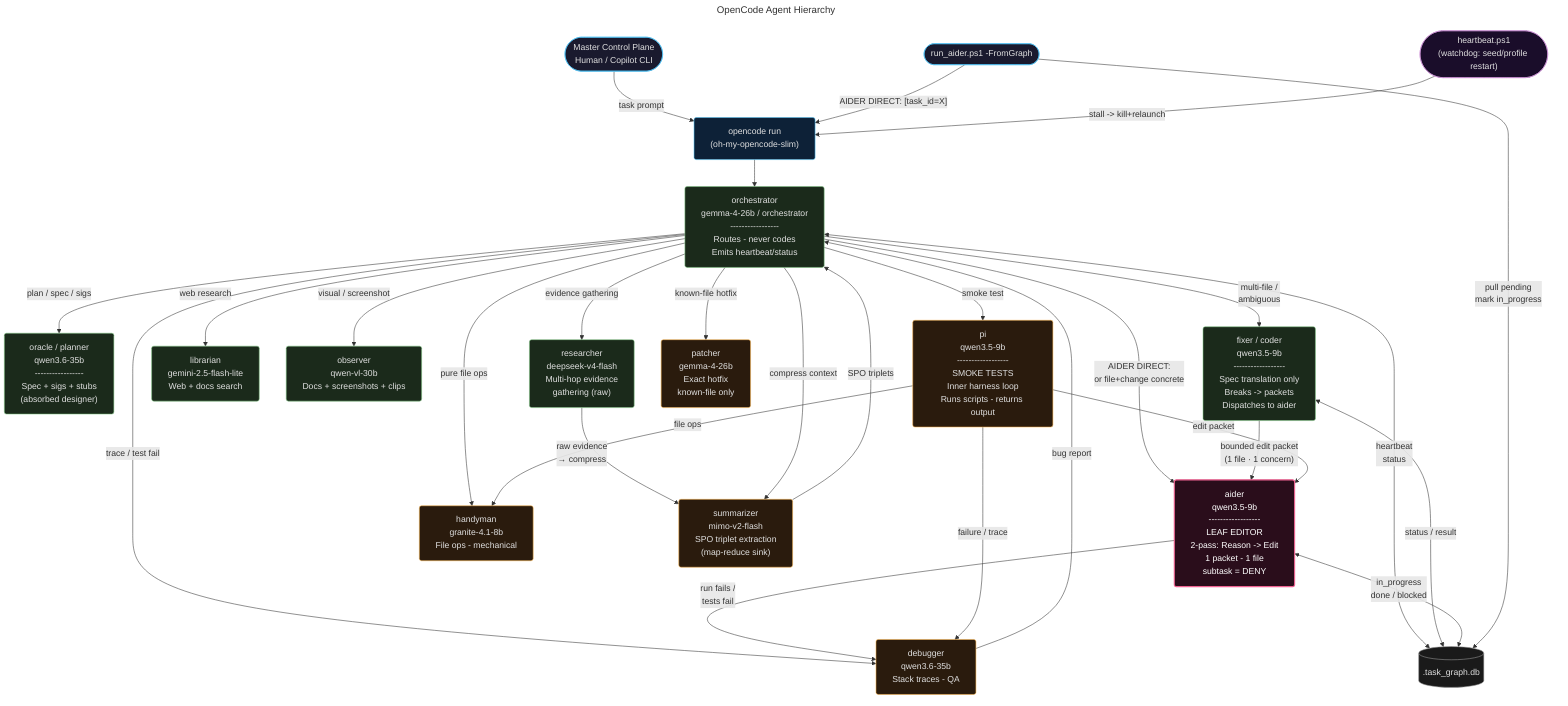
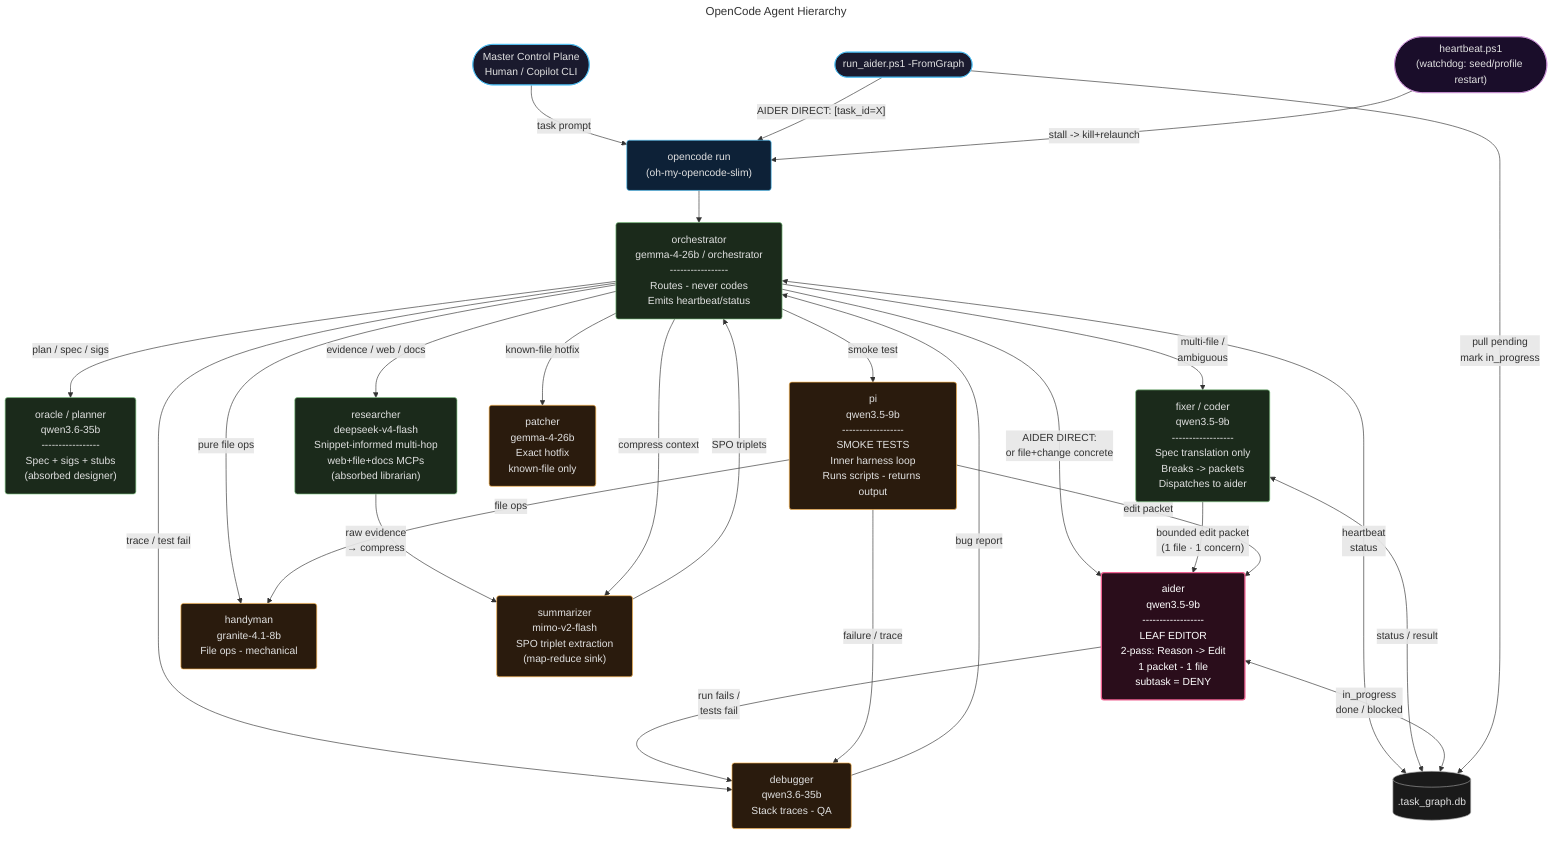
---
title: OpenCode Agent Hierarchy
---
flowchart TD
    %% ── Entry Points ──────────────────────────────────────────────
    HUMAN(["Master Control Plane\nHuman / Copilot CLI"])
    RAG(["run_aider.ps1 -FromGraph"])
    HB(["heartbeat.ps1\n(watchdog: seed/profile restart)"])
    DB[(".task_graph.db")]

    %% ── opencode shell ────────────────────────────────────────────
    OC["opencode run\n(oh-my-opencode-slim)"]

    %% ── Primary agents ────────────────────────────────────────────
    ORCH["orchestrator\ngemma-4-26b / orchestrator\n-----------------\nRoutes - never codes\nEmits heartbeat/status"]

    ORACLE["oracle / planner\nqwen3.6-35b\n-----------------\nSpec + sigs + stubs\n(absorbed designer)"]
    FIXER["fixer / coder\nqwen3.5-9b\n------------------\nSpec translation only\nBreaks -> packets\nDispatches to aider"]
-     LIBRARIAN["librarian\ngemini-2.5-flash-lite\nWeb + docs search"]
-     OBSERVER["observer\nqwen-vl-30b\nDocs + screenshots + clips"]
-     RESEARCHER["researcher\ndeepseek-v4-flash\nMulti-hop evidence\ngathering (raw)"]
+     RESEARCHER["researcher\ndeepseek-v4-flash\nSnippet-informed multi-hop\nweb+file+docs MCPs\n(absorbed librarian)"]

    %% ── Subagents ─────────────────────────────────────────────────
    PI["pi\nqwen3.5-9b\n------------------\nSMOKE TESTS\nInner harness loop\nRuns scripts - returns output"]
    AIDER["aider\nqwen3.5-9b\n------------------\nLEAF EDITOR\n2-pass: Reason -> Edit\n1 packet - 1 file\nsubtask = DENY"]
    HANDYMAN["handyman\ngranite-4.1-8b\nFile ops - mechanical"]
    PATCHER["patcher\ngemma-4-26b\nExact hotfix\nknown-file only"]
    DEBUGGER["debugger\nqwen3.6-35b\nStack traces - QA"]
    SUMMARIZER["summarizer\nmimo-v2-flash\nSPO triplet extraction\n(map-reduce sink)"]

    %% ── Entry → shell ─────────────────────────────────────────────
    HUMAN -->|"task prompt"| OC
    RAG -->|"AIDER DIRECT: [task_id=X]"| OC
    HB -->|"stall -> kill+relaunch"| OC

    %% ── shell → orchestrator ──────────────────────────────────────
    OC --> ORCH

    %% ── orchestrator → primaries ──────────────────────────────────
    ORCH -->|"plan / spec / sigs"| ORACLE
    ORCH -->|"multi-file /\nambiguous"| FIXER
-     ORCH -->|"web research"| LIBRARIAN
-     ORCH -->|"visual / screenshot"| OBSERVER
-     ORCH -->|"evidence gathering"| RESEARCHER
+     ORCH -->|"evidence / web / docs"| RESEARCHER

    %% ── researcher → summarizer (map-reduce pair) ─────────────────
    RESEARCHER -->|"raw evidence\n→ compress"| SUMMARIZER
    SUMMARIZER -->|"SPO triplets"| ORCH

    %% ── orchestrator → subagents (direct shortcuts) ───────────────
    ORCH -->|"AIDER DIRECT:\nor file+change concrete"| AIDER
    ORCH -->|"smoke test"| PI
    ORCH -->|"known-file hotfix"| PATCHER
    ORCH -->|"pure file ops"| HANDYMAN
    ORCH -->|"trace / test fail"| DEBUGGER
    ORCH -->|"compress context"| SUMMARIZER

    %% ── reflection loop (generate → critique → fix) ──────────────
    AIDER -->|"run fails /\ntests fail"| DEBUGGER
    DEBUGGER -->|"bug report"| ORCH

    %% ── fixer → aider (packet chain) ─────────────────────────────
    FIXER -->|"bounded edit packet\n(1 file · 1 concern)"| AIDER

    %% ── pi internal routing ───────────────────────────────────────
    PI -->|"edit packet"| AIDER
    PI -->|"file ops"| HANDYMAN
    PI -->|"failure / trace"| DEBUGGER

    %% ── task graph wiring ─────────────────────────────────────────
    ORCH <-->|"heartbeat\nstatus"| DB
    FIXER <-->|"status / result"| DB
    AIDER <-->|"in_progress\ndone / blocked"| DB
    RAG -->|"pull pending\nmark in_progress"| DB

    %% ── styles ────────────────────────────────────────────────────
    classDef entry    fill:#1a1a2e,stroke:#4fc3f7,color:#e0e0e0,rx:8
    classDef shell    fill:#0d2137,stroke:#4fc3f7,color:#e0e0e0,rx:4
    classDef primary  fill:#1b2a1b,stroke:#81c784,color:#e0e0e0,rx:4
    classDef subagent fill:#2a1b0d,stroke:#ffb74d,color:#e0e0e0,rx:4
    classDef leaf     fill:#2a0d1b,stroke:#f06292,color:#ffffff,rx:4,stroke-width:2px
    classDef db       fill:#1a1a1a,stroke:#9e9e9e,color:#e0e0e0
    classDef watchdog fill:#1a0d2a,stroke:#ce93d8,color:#e0e0e0,rx:8

    class HUMAN,RAG entry
    class HB watchdog
    class OC shell
-     class ORCH,ORACLE,FIXER,LIBRARIAN,OBSERVER,RESEARCHER primary
+     class ORCH,ORACLE,FIXER,OBSERVER,RESEARCHER primary
    class PI,HANDYMAN,PATCHER,DEBUGGER,SUMMARIZER subagent
    class AIDER leaf
    class DB db
